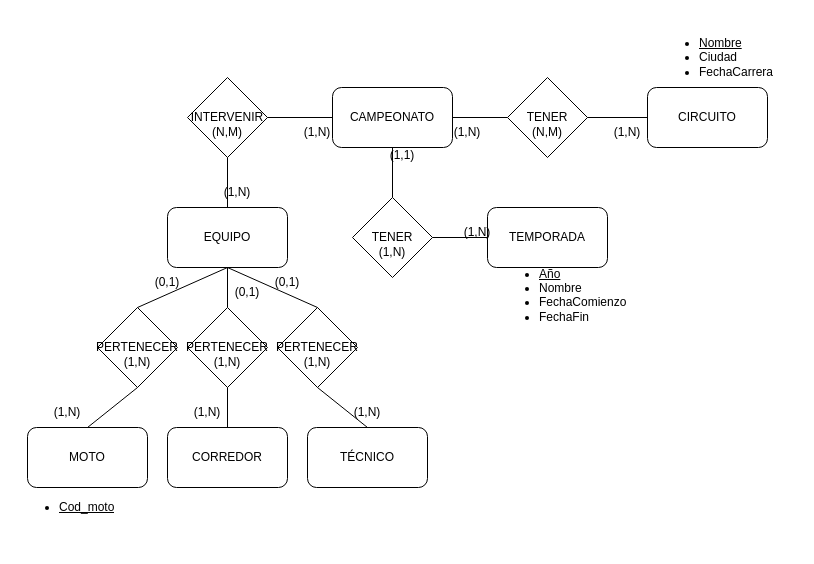
Earlier version of the draw.io diagram BASES DE DADES/RA6/Actividad 4.drawio (Naderi14/DAM). Source tidied: cells renumbered, new cells numbered last; positions are measured from the earlier drawing's top-left corner, leaving out a move shared by most shapes. Both pictures are drawn from the tidied source at 100%, with x=0, y=0 at pixel (17, 17).
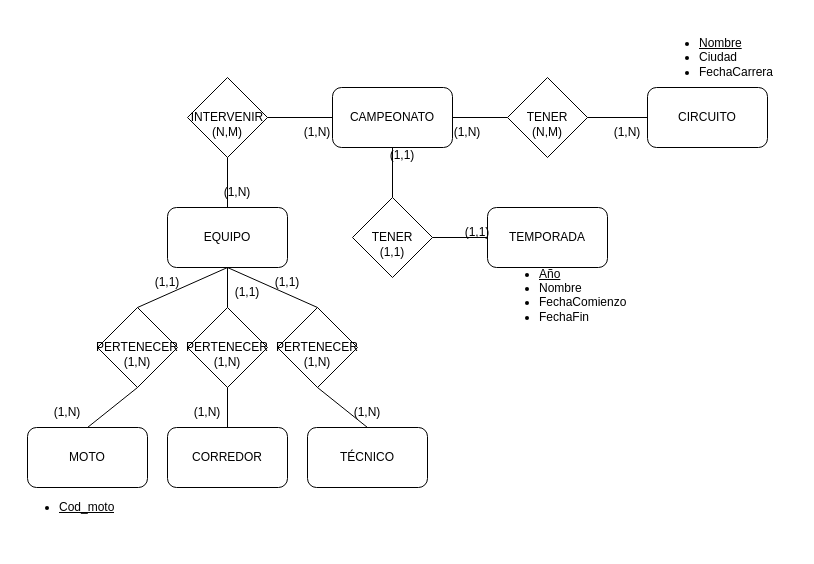
Above is the later version.

Commit message (it also covers changes not shown here):
Completados los ejercicios de base de datos hasta el ejercicio 6 de esquemas relacionales

The edit, as a diff of the source:
```diff
@@
-    <mxCell id="27" value="(1,N)" style="text;html=1;align=center;verticalAlign=middle;whiteSpace=wrap;rounded=0;" parent="1" vertex="1">
+    <mxCell id="27" value="(1,1)" style="text;html=1;align=center;verticalAlign=middle;whiteSpace=wrap;rounded=0;" parent="1" vertex="1">
       <mxGeometry x="430" y="200" width="60" height="30" as="geometry" />
     </mxCell>
@@
-    <mxCell id="33" value="(0,1)" style="text;html=1;align=center;verticalAlign=middle;whiteSpace=wrap;rounded=0;" parent="1" vertex="1">
+    <mxCell id="33" value="(1,1)" style="text;html=1;align=center;verticalAlign=middle;whiteSpace=wrap;rounded=0;" parent="1" vertex="1">
       <mxGeometry x="200" y="260" width="60" height="30" as="geometry" />
     </mxCell>
-    <mxCell id="34" value="(0,1)" style="text;html=1;align=center;verticalAlign=middle;whiteSpace=wrap;rounded=0;" parent="1" vertex="1">
+    <mxCell id="34" value="(1,1)" style="text;html=1;align=center;verticalAlign=middle;whiteSpace=wrap;rounded=0;" parent="1" vertex="1">
       <mxGeometry x="240" y="250" width="60" height="30" as="geometry" />
     </mxCell>
-    <mxCell id="35" value="(0,1)" style="text;html=1;align=center;verticalAlign=middle;whiteSpace=wrap;rounded=0;" parent="1" vertex="1">
+    <mxCell id="35" value="(1,1)" style="text;html=1;align=center;verticalAlign=middle;whiteSpace=wrap;rounded=0;" parent="1" vertex="1">
       <mxGeometry x="120" y="250" width="60" height="30" as="geometry" />
     </mxCell>
@@
-    <mxCell id="45" value="(1,N)" style="text;html=1;align=center;verticalAlign=middle;whiteSpace=wrap;rounded=0;" parent="1" vertex="1">
+    <mxCell id="45" value="(1,1&lt;span style=&quot;background-color: initial;&quot;&gt;)&lt;/span&gt;" style="text;html=1;align=center;verticalAlign=middle;whiteSpace=wrap;rounded=0;" parent="1" vertex="1">
       <mxGeometry x="345" y="220" width="60" height="30" as="geometry" />
     </mxCell>
```
